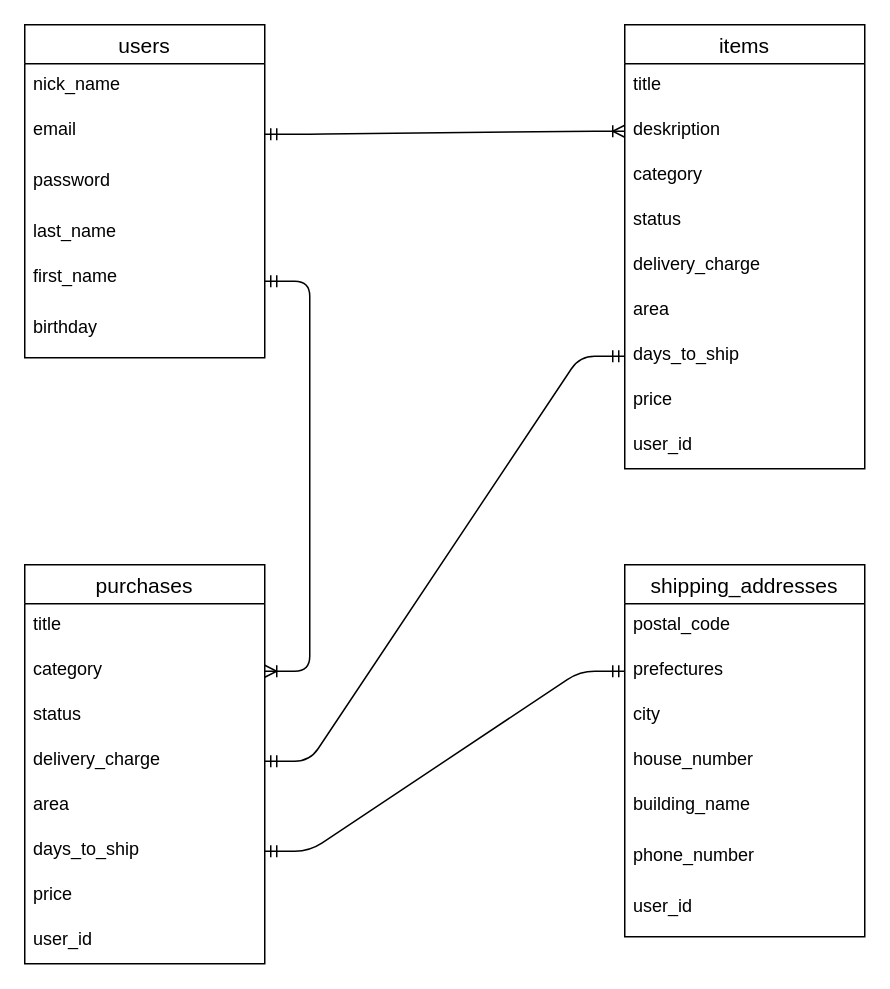
Earlier version of the draw.io diagram furima.dio (ToruNishioka/furima-33833). Source tidied: cells renumbered, new cells numbered last; positions are measured from the earlier drawing's top-left corner, leaving out a move shared by most shapes. Both pictures are drawn from the tidied source at 150%, with x=0, y=0 at pixel (24, 24).
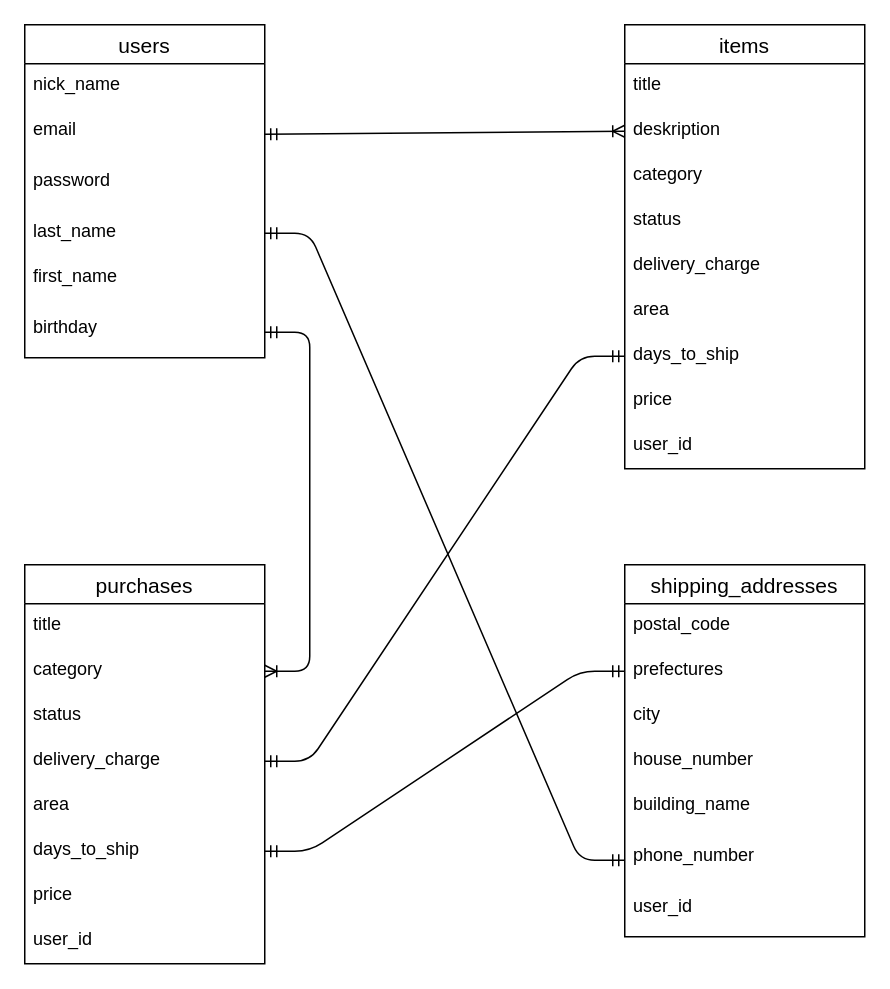
The same page after the edit.

Commit message (it also covers changes not shown here):
second commit手直し

The change refers to these unchanged cells:
```xml
<mxCell id="4" value="email" style="text;strokeColor=none;fillColor=none;spacingLeft=4;spacingRight=4;overflow=hidden;points=[[0,0.5],[1,0.5]];portConstraint=eastwest;fontSize=12;" parent="2" vertex="1">
  <mxGeometry y="56" width="160" height="34" as="geometry" />
</mxCell>
<mxCell id="6" value="last_name" style="text;strokeColor=none;fillColor=none;spacingLeft=4;spacingRight=4;overflow=hidden;points=[[0,0.5],[1,0.5]];portConstraint=eastwest;fontSize=12;" parent="2" vertex="1">
  <mxGeometry y="124" width="160" height="30" as="geometry" />
</mxCell>
<mxCell id="7" value="first_name" style="text;strokeColor=none;fillColor=none;spacingLeft=4;spacingRight=4;overflow=hidden;points=[[0,0.5],[1,0.5]];portConstraint=eastwest;fontSize=12;" parent="2" vertex="1">
  <mxGeometry y="154" width="160" height="34" as="geometry" />
</mxCell>
<mxCell id="8" value="birthday" style="text;strokeColor=none;fillColor=none;spacingLeft=4;spacingRight=4;overflow=hidden;points=[[0,0.5],[1,0.5]];portConstraint=eastwest;fontSize=12;" parent="2" vertex="1">
  <mxGeometry y="188" width="160" height="34" as="geometry" />
</mxCell>
<mxCell id="11" value="deskription" style="text;strokeColor=none;fillColor=none;spacingLeft=4;spacingRight=4;overflow=hidden;points=[[0,0.5],[1,0.5]];portConstraint=eastwest;fontSize=12;" parent="9" vertex="1">
  <mxGeometry y="56" width="160" height="30" as="geometry" />
</mxCell>
<mxCell id="21" value="category" style="text;strokeColor=none;fillColor=none;spacingLeft=4;spacingRight=4;overflow=hidden;points=[[0,0.5],[1,0.5]];portConstraint=eastwest;fontSize=12;" parent="19" vertex="1">
  <mxGeometry y="56" width="160" height="30" as="geometry" />
</mxCell>
<mxCell id="34" value="phone_number" style="text;strokeColor=none;fillColor=none;spacingLeft=4;spacingRight=4;overflow=hidden;points=[[0,0.5],[1,0.5]];portConstraint=eastwest;fontSize=12;" parent="28" vertex="1">
  <mxGeometry y="180" width="160" height="34" as="geometry" />
</mxCell>
```

Diff of the diagram source:
```diff
@@
-    <mxCell id="36" style="edgeStyle=entityRelationEdgeStyle;fontSize=12;html=1;endArrow=ERoneToMany;startArrow=ERmandOne;exitX=1;exitY=0.5;exitDx=0;exitDy=0;entryX=0;entryY=0.5;entryDx=0;entryDy=0;" parent="1" edge="1" source="4" target="11">
+    <mxCell id="36" style="fontSize=12;html=1;endArrow=ERoneToMany;startArrow=ERmandOne;entryX=0;entryY=0.5;entryDx=0;entryDy=0;exitX=1;exitY=0.5;exitDx=0;exitDy=0;" parent="1" edge="1" source="4" target="11">
       <mxGeometry relative="1" as="geometry" />
     </mxCell>
@@
-    <mxCell id="39" style="edgeStyle=entityRelationEdgeStyle;fontSize=12;html=1;endArrow=ERoneToMany;startArrow=ERmandOne;exitX=1;exitY=0.5;exitDx=0;exitDy=0;entryX=1;entryY=0.5;entryDx=0;entryDy=0;" parent="1" edge="1" source="7" target="21">
+    <mxCell id="39" style="edgeStyle=entityRelationEdgeStyle;fontSize=12;html=1;endArrow=ERoneToMany;startArrow=ERmandOne;exitX=1;exitY=0.5;exitDx=0;exitDy=0;entryX=1;entryY=0.5;entryDx=0;entryDy=0;" parent="1" edge="1" source="8" target="21">
       <mxGeometry relative="1" as="geometry" />
     </mxCell>
+    <mxCell id="40" style="edgeStyle=entityRelationEdgeStyle;fontSize=12;html=1;endArrow=ERmandOne;startArrow=ERmandOne;exitX=0;exitY=0.5;exitDx=0;exitDy=0;entryX=1;entryY=0.5;entryDx=0;entryDy=0;" parent="1" edge="1" source="34" target="6">
+      <mxGeometry relative="1" as="geometry" />
+    </mxCell>
```
